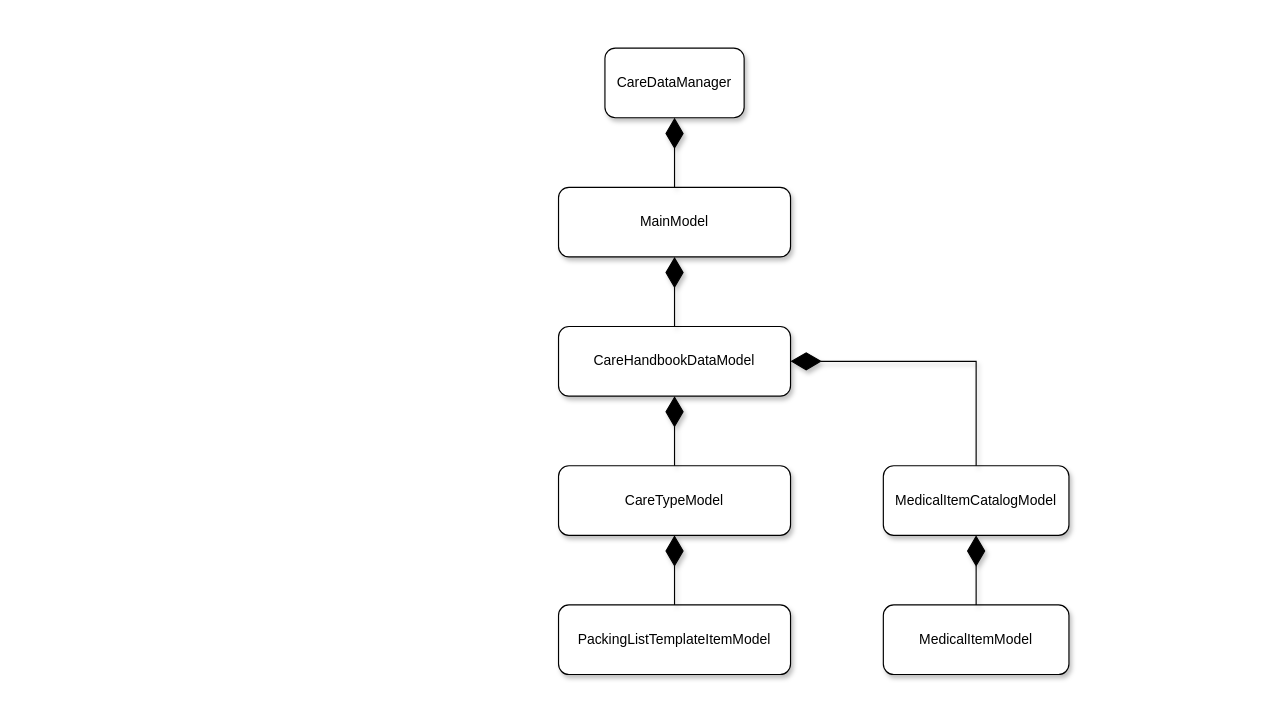
Earlier version of the draw.io diagram SoftwareDesign/CareVisitPackingMockup_main_design.drawio (MasterElf/care_visit_packing_mockup). Source tidied: cells renumbered, new cells numbered last; positions are measured from the earlier drawing's top-left corner, leaving out a move shared by most shapes. Both pictures are drawn from the tidied source at 116%, with x=0, y=0 at pixel (558, 48).
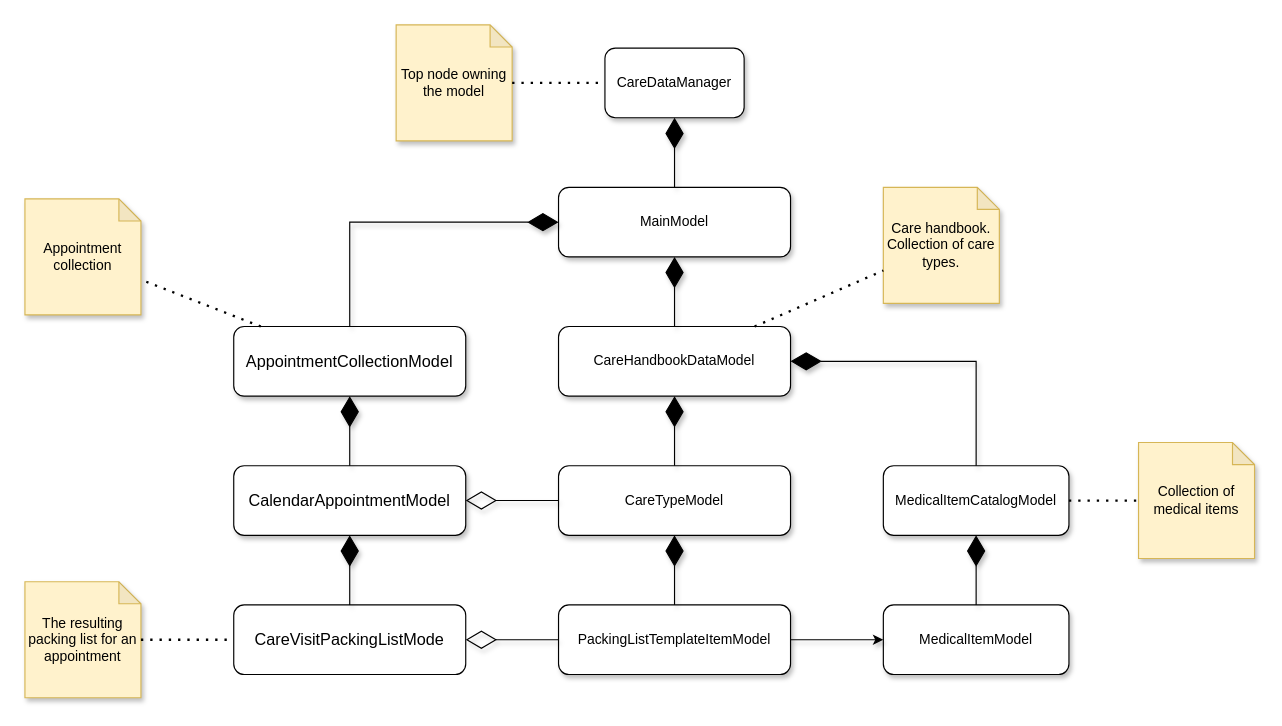
After the change.

The change refers to these unchanged cells:
```xml
<mxCell id="2" value="CareTypeModel" style="rounded=1;whiteSpace=wrap;html=1;shadow=1;" parent="1" vertex="1">
  <mxGeometry y="360" width="200" height="60" as="geometry" />
</mxCell>
<mxCell id="3" value="MainModel" style="rounded=1;whiteSpace=wrap;html=1;shadow=1;" parent="1" vertex="1">
  <mxGeometry y="120" width="200" height="60" as="geometry" />
</mxCell>
<mxCell id="4" value="CareHandbookDataModel" style="rounded=1;whiteSpace=wrap;html=1;shadow=1;" parent="1" vertex="1">
  <mxGeometry y="240" width="200" height="60" as="geometry" />
</mxCell>
<mxCell id="7" value="MedicalItemModel" style="rounded=1;whiteSpace=wrap;html=1;shadow=1;" parent="1" vertex="1">
  <mxGeometry x="280" y="480" width="160" height="60" as="geometry" />
</mxCell>
<mxCell id="8" value="MedicalItemCatalogModel" style="rounded=1;whiteSpace=wrap;html=1;shadow=1;" parent="1" vertex="1">
  <mxGeometry x="280" y="360" width="160" height="60" as="geometry" />
</mxCell>
<mxCell id="11" value="PackingListTemplateItemModel" style="rounded=1;whiteSpace=wrap;html=1;shadow=1;" parent="1" vertex="1">
  <mxGeometry y="480" width="200" height="60" as="geometry" />
</mxCell>
<mxCell id="13" value="CareDataManager" style="rounded=1;whiteSpace=wrap;html=1;shadow=1;" parent="1" vertex="1">
  <mxGeometry x="40" width="120" height="60" as="geometry" />
</mxCell>
```

What changed in the source:
```diff
@@
+    <mxCell id="15" value="&lt;span style=&quot;font-family: sans-serif; font-size: 14px; text-align: start; text-wrap-mode: nowrap; background-color: rgb(255, 255, 255);&quot;&gt;AppointmentCollectionModel&lt;/span&gt;" style="rounded=1;whiteSpace=wrap;html=1;shadow=1;" parent="1" vertex="1">
+      <mxGeometry x="-280" y="240" width="200" height="60" as="geometry" />
+    </mxCell>
+    <mxCell id="16" style="endArrow=diamondThin;endFill=1;endSize=24;html=1;rounded=0;shadow=1;edgeStyle=elbowEdgeStyle;" parent="1" edge="1" source="15" target="3">
+      <mxGeometry relative="1" as="geometry">
+        <Array as="points">
+          <mxPoint x="-180" y="220" />
+        </Array>
+      </mxGeometry>
+    </mxCell>
+    <mxCell id="17" value="&lt;span style=&quot;font-family: sans-serif; font-size: 14px; text-align: start; text-wrap-mode: nowrap; background-color: rgb(255, 255, 255);&quot;&gt;CalendarAppointmentModel&lt;/span&gt;" style="rounded=1;whiteSpace=wrap;html=1;shadow=1;" parent="1" vertex="1">
+      <mxGeometry x="-280" y="360" width="200" height="60" as="geometry" />
+    </mxCell>
+    <mxCell id="18" style="endArrow=diamondThin;endFill=1;endSize=24;html=1;rounded=0;shadow=1;" parent="1" edge="1" source="17" target="15">
+      <mxGeometry relative="1" as="geometry" />
+    </mxCell>
+    <mxCell id="19" style="endArrow=diamondThin;endFill=0;endSize=24;html=1;rounded=0;shadow=1;" parent="1" edge="1" source="2" target="17">
+      <mxGeometry relative="1" as="geometry" />
+    </mxCell>
+    <mxCell id="20" value="&lt;span style=&quot;font-family: sans-serif; font-size: 14px; text-align: start; text-wrap-mode: nowrap; background-color: rgb(255, 255, 255);&quot;&gt;CareVisitPackingListMode&lt;/span&gt;" style="rounded=1;whiteSpace=wrap;html=1;" parent="1" vertex="1">
+      <mxGeometry x="-280" y="480" width="200" height="60" as="geometry" />
+    </mxCell>
+    <mxCell id="21" style="endArrow=diamondThin;endFill=1;endSize=24;html=1;rounded=0;shadow=1;edgeStyle=elbowEdgeStyle;" parent="1" edge="1" source="20" target="17">
+      <mxGeometry relative="1" as="geometry">
+        <Array as="points">
+          <mxPoint x="-180" y="440" />
+        </Array>
+      </mxGeometry>
+    </mxCell>
+    <mxCell id="22" style="endArrow=diamondThin;endFill=0;endSize=24;html=1;rounded=0;shadow=1;" parent="1" edge="1" source="11" target="20">
+      <mxGeometry relative="1" as="geometry" />
+    </mxCell>
+    <mxCell id="23" value="The resulting packing list for an appointment" style="shape=note;whiteSpace=wrap;html=1;backgroundOutline=1;darkOpacity=0.05;size=19;fillColor=#fff2cc;strokeColor=#d6b656;shadow=1;" parent="1" vertex="1">
+      <mxGeometry x="-460" y="460" width="100" height="100" as="geometry" />
+    </mxCell>
+    <mxCell id="24" style="endArrow=none;dashed=1;html=1;dashPattern=1 3;strokeWidth=2;rounded=0;" parent="1" edge="1" source="23" target="20">
+      <mxGeometry relative="1" as="geometry" />
+    </mxCell>
+    <mxCell id="25" style="endArrow=classic;html=1;rounded=0;shadow=1;" parent="1" edge="1" source="11" target="7">
+      <mxGeometry relative="1" as="geometry" />
+    </mxCell>
+    <mxCell id="26" value="Appointment collection" style="shape=note;whiteSpace=wrap;html=1;backgroundOutline=1;darkOpacity=0.05;size=19;fillColor=#fff2cc;strokeColor=#d6b656;shadow=1;" parent="1" vertex="1">
+      <mxGeometry x="-460" y="130" width="100" height="100" as="geometry" />
+    </mxCell>
+    <mxCell id="27" style="endArrow=none;dashed=1;html=1;dashPattern=1 3;strokeWidth=2;rounded=0;" parent="1" edge="1" source="15" target="26">
+      <mxGeometry relative="1" as="geometry" />
+    </mxCell>
+    <mxCell id="28" value="Care handbook. Collection of care types." style="shape=note;whiteSpace=wrap;html=1;backgroundOutline=1;darkOpacity=0.05;size=19;fillColor=#fff2cc;strokeColor=#d6b656;shadow=1;" parent="1" vertex="1">
+      <mxGeometry x="280" y="120" width="100" height="100" as="geometry" />
+    </mxCell>
+    <mxCell id="29" style="endArrow=none;dashed=1;html=1;dashPattern=1 3;strokeWidth=2;rounded=0;" parent="1" edge="1" source="4" target="28">
+      <mxGeometry relative="1" as="geometry" />
+    </mxCell>
+    <mxCell id="30" value="Collection of medical items" style="shape=note;whiteSpace=wrap;html=1;backgroundOutline=1;darkOpacity=0.05;size=19;fillColor=#fff2cc;strokeColor=#d6b656;shadow=1;" parent="1" vertex="1">
+      <mxGeometry x="500" y="340" width="100" height="100" as="geometry" />
+    </mxCell>
+    <mxCell id="31" style="endArrow=none;dashed=1;html=1;dashPattern=1 3;strokeWidth=2;rounded=0;" parent="1" edge="1" source="8" target="30">
+      <mxGeometry relative="1" as="geometry" />
+    </mxCell>
+    <mxCell id="32" value="Top node owning the model" style="shape=note;whiteSpace=wrap;html=1;backgroundOutline=1;darkOpacity=0.05;size=19;fillColor=#fff2cc;strokeColor=#d6b656;shadow=1;" parent="1" vertex="1">
+      <mxGeometry x="-140" y="-20" width="100" height="100" as="geometry" />
+    </mxCell>
+    <mxCell id="33" style="endArrow=none;dashed=1;html=1;dashPattern=1 3;strokeWidth=2;rounded=0;" parent="1" edge="1" source="32" target="13">
+      <mxGeometry relative="1" as="geometry" />
+    </mxCell>
```
